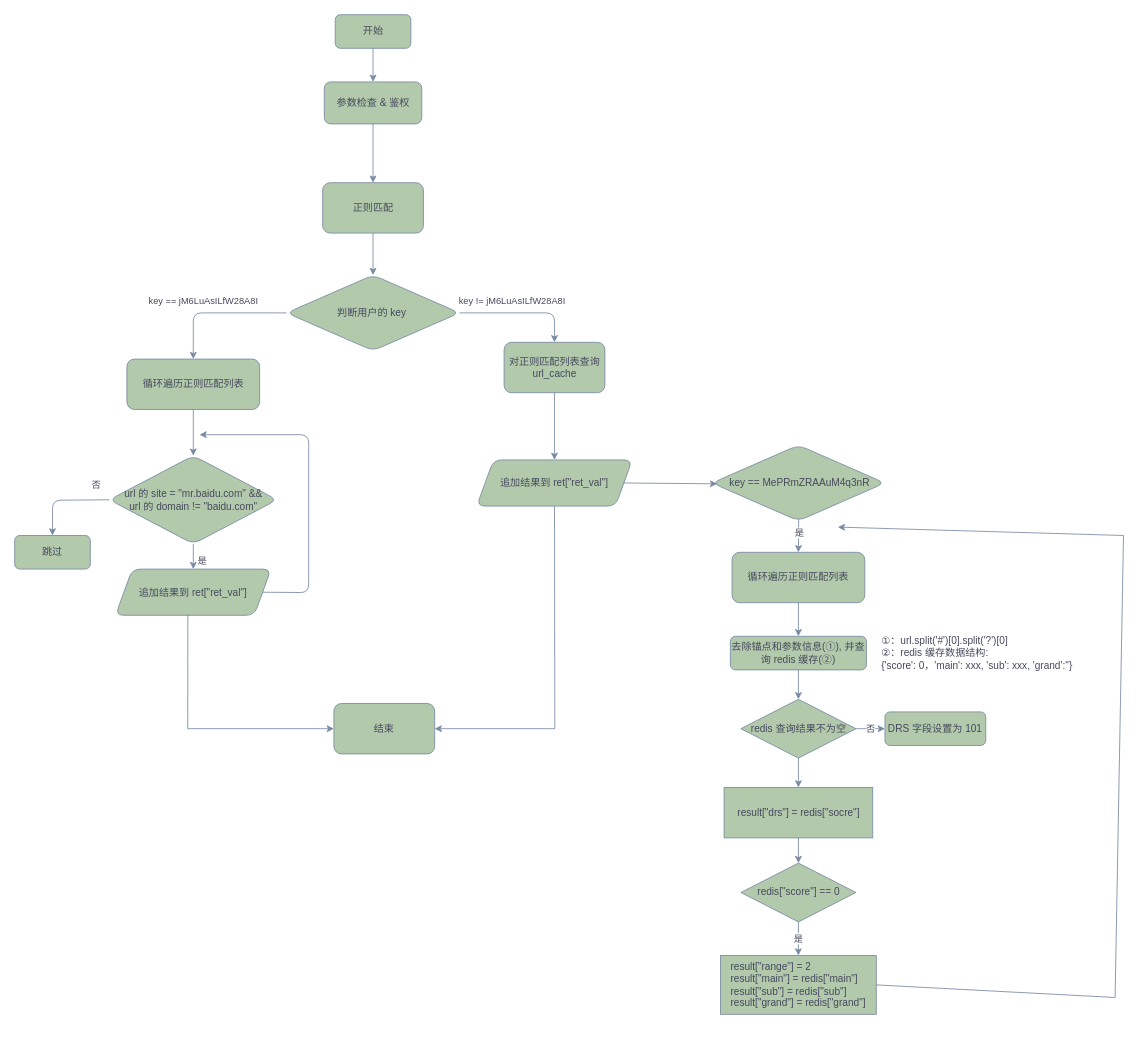
The draw.io diagram ugc.drawio in qixiaohu/flow-process-diagram, before the edit. Source tidied: cells renumbered, new cells numbered last; positions are measured from the earlier drawing's top-left corner, leaving out a move shared by most shapes. Both pictures are drawn from the tidied source at 84%, with x=0, y=0 at pixel (14, 14).
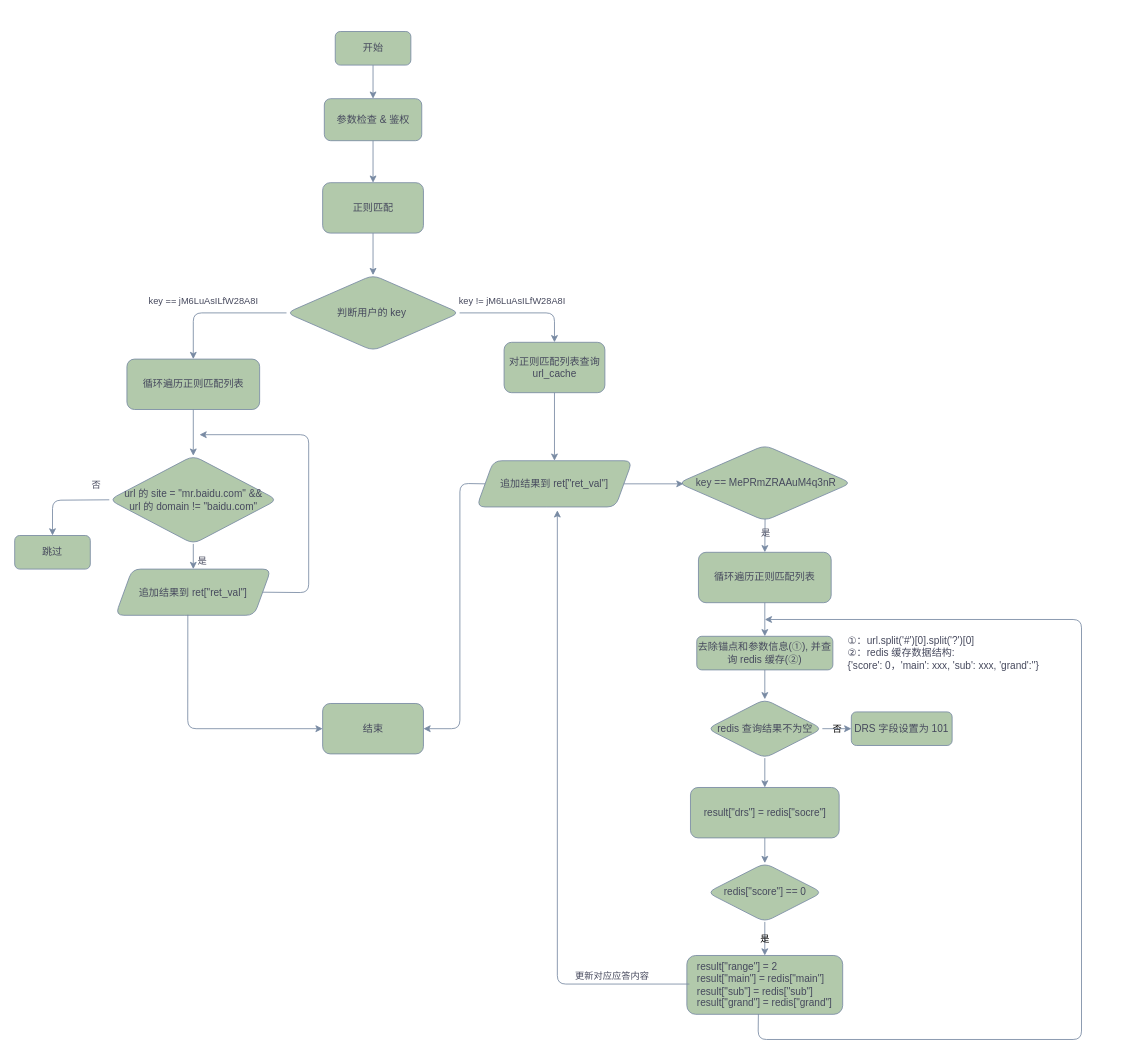
The same page after the edit.

The change refers to these unchanged cells:
```xml
<mxCell id="14" value="url 的 site = &quot;mr.baidu.com&lt;span style=&quot;background-color: initial;&quot;&gt;&quot; &amp;amp;&amp;amp;&lt;br&gt;&lt;/span&gt;url 的 domain != &quot;baidu.com&lt;span style=&quot;background-color: initial;&quot;&gt;&quot;&lt;/span&gt;" style="rhombus;whiteSpace=wrap;html=1;labelBackgroundColor=none;rounded=1;fillColor=#B2C9AB;strokeColor=#788AA3;fontColor=#46495D;" parent="1" vertex="1">
  <mxGeometry x="112.6" y="525" width="200" height="105" as="geometry" />
</mxCell>
<mxCell id="15" value="追加结果到 ret[&quot;ret_val&quot;]" style="shape=parallelogram;perimeter=parallelogramPerimeter;whiteSpace=wrap;html=1;fixedSize=1;labelBackgroundColor=none;rounded=1;fillColor=#B2C9AB;strokeColor=#788AA3;fontColor=#46495D;" parent="1" vertex="1">
  <mxGeometry x="120" y="660" width="185.2" height="55" as="geometry" />
</mxCell>
```

What changed in the source:
```diff
@@
     <mxCell id="2" value="开始" style="rounded=1;whiteSpace=wrap;html=1;labelBackgroundColor=none;fillColor=#B2C9AB;strokeColor=#788AA3;fontColor=#46495D;" parent="1" vertex="1">
-      <mxGeometry x="381.6" width="90" height="40" as="geometry" />
+      <mxGeometry x="381.6" y="20" width="90" height="40" as="geometry" />
     </mxCell>
     <mxCell id="3" value="参数检查 &amp;amp; 鉴权" style="rounded=1;whiteSpace=wrap;html=1;labelBackgroundColor=none;fillColor=#B2C9AB;strokeColor=#788AA3;fontColor=#46495D;" parent="1" vertex="1">
-      <mxGeometry x="368.6" y="80" width="116" height="50" as="geometry" />
+      <mxGeometry x="368.6" y="100" width="116" height="50" as="geometry" />
     </mxCell>
@@
     <mxCell id="21" value="追加结果到 ret[&quot;ret_val&quot;]" style="shape=parallelogram;perimeter=parallelogramPerimeter;whiteSpace=wrap;html=1;fixedSize=1;labelBackgroundColor=none;rounded=1;fillColor=#B2C9AB;strokeColor=#788AA3;fontColor=#46495D;" parent="1" vertex="1">
-      <mxGeometry x="550" y="530" width="185.2" height="55" as="geometry" />
+      <mxGeometry x="550" y="531" width="185.2" height="55" as="geometry" />
     </mxCell>
@@
     <mxCell id="23" value="&amp;nbsp;key == MePRmZRAAuM4q3nR" style="rhombus;whiteSpace=wrap;html=1;labelBackgroundColor=none;rounded=1;fillColor=#B2C9AB;strokeColor=#788AA3;fontColor=#46495D;" parent="1" vertex="1">
-      <mxGeometry x="830" y="512.5" width="206" height="90" as="geometry" />
+      <mxGeometry x="790" y="512.5" width="206" height="90" as="geometry" />
     </mxCell>
@@
     <mxCell id="25" value="结束" style="rounded=1;whiteSpace=wrap;html=1;labelBackgroundColor=none;fillColor=#B2C9AB;strokeColor=#788AA3;fontColor=#46495D;" parent="1" vertex="1">
-      <mxGeometry x="380" y="820" width="120" height="60" as="geometry" />
+      <mxGeometry x="366.6" y="820" width="120" height="60" as="geometry" />
     </mxCell>
@@
-    <mxCell id="27" style="endArrow=classic;html=1;rounded=0;strokeColor=#788AA3;fontColor=#46495D;fillColor=#B2C9AB;exitX=0.5;exitY=1;exitDx=0;exitDy=0;entryX=1;entryY=0.5;entryDx=0;entryDy=0;" parent="1" edge="1" source="21" target="25">
+    <mxCell id="27" style="endArrow=classic;html=1;rounded=1;strokeColor=#788AA3;fontColor=default;fillColor=#B2C9AB;exitX=0;exitY=0.5;exitDx=0;exitDy=0;entryX=1;entryY=0.5;entryDx=0;entryDy=0;labelBackgroundColor=none;" parent="1" edge="1">
       <mxGeometry relative="1" as="geometry">
+        <mxPoint x="560" y="558.5" as="sourcePoint" />
+        <mxPoint x="486.6" y="850" as="targetPoint" />
         <Array as="points">
-          <mxPoint x="643" y="850" />
+          <mxPoint x="530" y="558" />
+          <mxPoint x="530" y="850" />
         </Array>
       </mxGeometry>
     </mxCell>
     <mxCell id="28" value="去除锚点和参数信息(①), 并查询 redis 缓存(②)" style="rounded=1;whiteSpace=wrap;html=1;labelBackgroundColor=none;fillColor=#B2C9AB;strokeColor=#788AA3;fontColor=#46495D;" parent="1" vertex="1">
-      <mxGeometry x="852" y="740" width="162" height="40" as="geometry" />
+      <mxGeometry x="812" y="740" width="162" height="40" as="geometry" />
     </mxCell>
-    <mxCell id="29" style="endArrow=classic;html=1;rounded=0;strokeColor=#788AA3;fontColor=#46495D;fillColor=#B2C9AB;exitX=0.5;exitY=1;exitDx=0;exitDy=0;entryX=0.5;entryY=0;entryDx=0;entryDy=0;" parent="1" edge="1" target="36">
+    <mxCell id="29" style="endArrow=classic;html=1;rounded=1;strokeColor=#788AA3;fontColor=default;fillColor=#B2C9AB;exitX=0.5;exitY=1;exitDx=0;exitDy=0;entryX=0.5;entryY=0;entryDx=0;entryDy=0;labelBackgroundColor=none;" parent="1" edge="1" target="36">
       <mxGeometry relative="1" as="geometry">
-        <mxPoint x="933.3" y="600.2" as="sourcePoint" />
+        <mxPoint x="893.3" y="600.2" as="sourcePoint" />
       </mxGeometry>
     </mxCell>
-    <mxCell id="30" value="是" style="edgeLabel;html=1;align=center;verticalAlign=middle;strokeColor=#788AA3;fontColor=#46495D;fillColor=#B2C9AB;" parent="29" vertex="1">
+    <mxCell id="30" value="是" style="edgeLabel;html=1;align=center;verticalAlign=middle;strokeColor=#788AA3;fontColor=#46495D;fillColor=#B2C9AB;labelBackgroundColor=none;rounded=1;" parent="29" vertex="1">
       <mxGeometry x="-0.21" relative="1" as="geometry" />
     </mxCell>
-    <mxCell id="31" value="①：url.split('#')[0].split('?')[0]&lt;br&gt;②：redis 缓存数据结构:&lt;br&gt;&lt;div style=&quot;padding-left: 0px;&quot; class=&quot;mp-paragraph-wrapper&quot;&gt;{'score': 0，'main': xxx, 'sub': xxx, 'grand':''}&lt;/div&gt;" style="text;html=1;align=left;verticalAlign=middle;whiteSpace=wrap;rounded=0;fontColor=#46495D;" parent="1" vertex="1">
-      <mxGeometry x="1030" y="737.5" width="240" height="45" as="geometry" />
+    <mxCell id="31" value="①：url.split('#')[0].split('?')[0]&lt;br&gt;②：redis 缓存数据结构:&lt;br&gt;&lt;div style=&quot;padding-left: 0px;&quot; class=&quot;mp-paragraph-wrapper&quot;&gt;{'score': 0，'main': xxx, 'sub': xxx, 'grand':''}&lt;/div&gt;" style="text;html=1;align=left;verticalAlign=middle;whiteSpace=wrap;rounded=1;fontColor=#46495D;labelBackgroundColor=none;" parent="1" vertex="1">
+      <mxGeometry x="990" y="737.5" width="240" height="45" as="geometry" />
     </mxCell>
-    <mxCell id="32" value="redis 查询结果不为空" style="rhombus;whiteSpace=wrap;html=1;strokeColor=#788AA3;fontColor=#46495D;fillColor=#B2C9AB;" parent="1" vertex="1">
-      <mxGeometry x="864.5" y="815" width="137" height="70" as="geometry" />
+    <mxCell id="32" value="redis 查询结果不为空" style="rhombus;whiteSpace=wrap;html=1;strokeColor=#788AA3;fontColor=#46495D;fillColor=#B2C9AB;labelBackgroundColor=none;rounded=1;" parent="1" vertex="1">
+      <mxGeometry x="824.5" y="815" width="137" height="70" as="geometry" />
     </mxCell>
-    <mxCell id="33" value="循环遍历正则匹配列表" style="rounded=1;whiteSpace=wrap;html=1;strokeColor=#788AA3;fontColor=#46495D;fillColor=#B2C9AB;" parent="1" vertex="1">
+    <mxCell id="33" value="循环遍历正则匹配列表" style="rounded=1;whiteSpace=wrap;html=1;strokeColor=#788AA3;fontColor=#46495D;fillColor=#B2C9AB;labelBackgroundColor=none;" parent="1" vertex="1">
       <mxGeometry x="133.6" y="410" width="158" height="60" as="geometry" />
     </mxCell>
-    <mxCell id="34" style="endArrow=classic;html=1;rounded=0;strokeColor=#788AA3;fontColor=#46495D;fillColor=#B2C9AB;exitX=0.5;exitY=1;exitDx=0;exitDy=0;entryX=0.5;entryY=0;entryDx=0;entryDy=0;" parent="1" edge="1" source="33" target="14">
+    <mxCell id="34" style="endArrow=classic;html=1;rounded=1;strokeColor=#788AA3;fontColor=default;fillColor=#B2C9AB;exitX=0.5;exitY=1;exitDx=0;exitDy=0;entryX=0.5;entryY=0;entryDx=0;entryDy=0;labelBackgroundColor=none;" parent="1" edge="1" source="33" target="14">
       <mxGeometry relative="1" as="geometry" />
     </mxCell>
-    <mxCell id="35" style="endArrow=classic;html=1;rounded=0;strokeColor=#788AA3;fontColor=#46495D;fillColor=#B2C9AB;exitX=0.465;exitY=0.988;exitDx=0;exitDy=0;exitPerimeter=0;entryX=0;entryY=0.5;entryDx=0;entryDy=0;" parent="1" edge="1" source="15" target="25">
+    <mxCell id="35" style="endArrow=classic;html=1;rounded=1;strokeColor=#788AA3;fontColor=default;fillColor=#B2C9AB;exitX=0.465;exitY=0.988;exitDx=0;exitDy=0;exitPerimeter=0;entryX=0;entryY=0.5;entryDx=0;entryDy=0;labelBackgroundColor=none;" parent="1" edge="1" source="15" target="25">
       <mxGeometry relative="1" as="geometry">
         <Array as="points">
           <mxPoint x="206" y="850" />
         </Array>
       </mxGeometry>
     </mxCell>
-    <mxCell id="36" value="循环遍历正则匹配列表" style="rounded=1;whiteSpace=wrap;html=1;strokeColor=#788AA3;fontColor=#46495D;fillColor=#B2C9AB;" parent="1" vertex="1">
-      <mxGeometry x="854" y="640" width="158" height="60" as="geometry" />
+    <mxCell id="36" value="循环遍历正则匹配列表" style="rounded=1;whiteSpace=wrap;html=1;strokeColor=#788AA3;fontColor=#46495D;fillColor=#B2C9AB;labelBackgroundColor=none;" parent="1" vertex="1">
+      <mxGeometry x="814" y="640" width="158" height="60" as="geometry" />
     </mxCell>
-    <mxCell id="37" style="endArrow=classic;html=1;rounded=0;strokeColor=#788AA3;fontColor=#46495D;fillColor=#B2C9AB;exitX=0.5;exitY=1;exitDx=0;exitDy=0;entryX=0.5;entryY=0;entryDx=0;entryDy=0;" parent="1" edge="1" source="36" target="28">
+    <mxCell id="37" style="endArrow=classic;html=1;rounded=1;strokeColor=#788AA3;fontColor=default;fillColor=#B2C9AB;exitX=0.5;exitY=1;exitDx=0;exitDy=0;entryX=0.5;entryY=0;entryDx=0;entryDy=0;labelBackgroundColor=none;" parent="1" edge="1" source="36" target="28">
       <mxGeometry relative="1" as="geometry" />
     </mxCell>
     <mxCell id="38" value="DRS 字段设置为 101" style="rounded=1;whiteSpace=wrap;html=1;labelBackgroundColor=none;fillColor=#B2C9AB;strokeColor=#788AA3;fontColor=#46495D;" parent="1" vertex="1">
-      <mxGeometry x="1036" y="830" width="120" height="40" as="geometry" />
+      <mxGeometry x="996" y="830" width="120" height="40" as="geometry" />
     </mxCell>
-    <mxCell id="39" value="否" style="endArrow=classic;html=1;rounded=0;strokeColor=#788AA3;fontColor=#46495D;fillColor=#B2C9AB;exitX=1;exitY=0.5;exitDx=0;exitDy=0;entryX=0;entryY=0.5;entryDx=0;entryDy=0;" parent="1" edge="1" source="32" target="38">
+    <mxCell id="39" value="否" style="endArrow=classic;html=1;rounded=1;strokeColor=#788AA3;fontColor=default;fillColor=#B2C9AB;exitX=1;exitY=0.5;exitDx=0;exitDy=0;entryX=0;entryY=0.5;entryDx=0;entryDy=0;labelBackgroundColor=none;" parent="1" edge="1" source="32" target="38">
       <mxGeometry relative="1" as="geometry" />
     </mxCell>
-    <mxCell id="40" style="endArrow=classic;html=1;rounded=0;strokeColor=#788AA3;fontColor=#46495D;fillColor=#B2C9AB;exitX=0.5;exitY=1;exitDx=0;exitDy=0;entryX=0.5;entryY=0;entryDx=0;entryDy=0;" parent="1" edge="1" source="28" target="32">
+    <mxCell id="40" style="endArrow=classic;html=1;rounded=1;strokeColor=#788AA3;fontColor=default;fillColor=#B2C9AB;exitX=0.5;exitY=1;exitDx=0;exitDy=0;entryX=0.5;entryY=0;entryDx=0;entryDy=0;labelBackgroundColor=none;" parent="1" edge="1" source="28" target="32">
       <mxGeometry relative="1" as="geometry" />
     </mxCell>
-    <mxCell id="41" style="endArrow=classic;html=1;rounded=0;strokeColor=#788AA3;fontColor=#46495D;fillColor=#B2C9AB;exitX=0.5;exitY=1;exitDx=0;exitDy=0;entryX=0.5;entryY=0;entryDx=0;entryDy=0;" parent="1" edge="1" source="32" target="42">
+    <mxCell id="41" style="endArrow=classic;html=1;rounded=1;strokeColor=#788AA3;fontColor=default;fillColor=#B2C9AB;exitX=0.5;exitY=1;exitDx=0;exitDy=0;entryX=0.5;entryY=0;entryDx=0;entryDy=0;labelBackgroundColor=none;" parent="1" edge="1" source="32" target="42">
       <mxGeometry relative="1" as="geometry" />
     </mxCell>
-    <mxCell id="42" value="result[&quot;drs&quot;] = redis[&quot;socre&quot;]" style="rounded=0;whiteSpace=wrap;html=1;strokeColor=#788AA3;fontColor=#46495D;fillColor=#B2C9AB;" parent="1" vertex="1">
-      <mxGeometry x="844.5" y="920" width="177" height="60" as="geometry" />
+    <mxCell id="42" value="result[&quot;drs&quot;] = redis[&quot;socre&quot;]" style="rounded=1;whiteSpace=wrap;html=1;strokeColor=#788AA3;fontColor=#46495D;fillColor=#B2C9AB;labelBackgroundColor=none;" parent="1" vertex="1">
+      <mxGeometry x="804.5" y="920" width="177" height="60" as="geometry" />
     </mxCell>
-    <mxCell id="43" value="redis[&quot;score&quot;] == 0" style="rhombus;whiteSpace=wrap;html=1;strokeColor=#788AA3;fontColor=#46495D;fillColor=#B2C9AB;" parent="1" vertex="1">
-      <mxGeometry x="864.5" y="1010" width="137" height="70" as="geometry" />
+    <mxCell id="43" value="redis[&quot;score&quot;] == 0" style="rhombus;whiteSpace=wrap;html=1;strokeColor=#788AA3;fontColor=#46495D;fillColor=#B2C9AB;labelBackgroundColor=none;rounded=1;" parent="1" vertex="1">
+      <mxGeometry x="824.5" y="1010" width="137" height="70" as="geometry" />
     </mxCell>
-    <mxCell id="44" style="endArrow=classic;html=1;rounded=0;strokeColor=#788AA3;fontColor=#46495D;fillColor=#B2C9AB;exitX=0.5;exitY=1;exitDx=0;exitDy=0;" parent="1" edge="1" source="42" target="43">
+    <mxCell id="44" style="endArrow=classic;html=1;rounded=1;strokeColor=#788AA3;fontColor=default;fillColor=#B2C9AB;exitX=0.5;exitY=1;exitDx=0;exitDy=0;labelBackgroundColor=none;" parent="1" edge="1" source="42" target="43">
       <mxGeometry relative="1" as="geometry" />
     </mxCell>
-    <mxCell id="45" value="&lt;div style=&quot;text-align: left;&quot;&gt;&lt;span style=&quot;background-color: initial;&quot;&gt;result[&quot;range&quot;] = 2&lt;/span&gt;&lt;/div&gt;&lt;div style=&quot;text-align: left;&quot;&gt;&lt;span style=&quot;background-color: initial;&quot;&gt;result[&quot;main&quot;] = redis[&quot;main&quot;]&lt;/span&gt;&lt;/div&gt;&lt;div style=&quot;text-align: left;&quot;&gt;&lt;span style=&quot;background-color: initial;&quot;&gt;result[&quot;sub&quot;] = redis[&quot;sub&quot;]&lt;/span&gt;&lt;/div&gt;result[&quot;grand&quot;] = redis[&quot;grand&quot;]" style="rounded=0;whiteSpace=wrap;html=1;strokeColor=#788AA3;fontColor=#46495D;fillColor=#B2C9AB;" parent="1" vertex="1">
-      <mxGeometry x="840.2" y="1120" width="185.5" height="70" as="geometry" />
+    <mxCell id="45" value="&lt;div style=&quot;text-align: left;&quot;&gt;&lt;span style=&quot;background-color: initial;&quot;&gt;result[&quot;range&quot;] = 2&lt;/span&gt;&lt;/div&gt;&lt;div style=&quot;text-align: left;&quot;&gt;&lt;span style=&quot;background-color: initial;&quot;&gt;result[&quot;main&quot;] = redis[&quot;main&quot;]&lt;/span&gt;&lt;/div&gt;&lt;div style=&quot;text-align: left;&quot;&gt;&lt;span style=&quot;background-color: initial;&quot;&gt;result[&quot;sub&quot;] = redis[&quot;sub&quot;]&lt;/span&gt;&lt;/div&gt;result[&quot;grand&quot;] = redis[&quot;grand&quot;]" style="rounded=1;whiteSpace=wrap;html=1;strokeColor=#788AA3;fontColor=#46495D;fillColor=#B2C9AB;labelBackgroundColor=none;" parent="1" vertex="1">
+      <mxGeometry x="800.2" y="1120" width="185.5" height="70" as="geometry" />
     </mxCell>
-    <mxCell id="46" value="是" style="endArrow=classic;html=1;rounded=0;strokeColor=#788AA3;fontColor=#46495D;fillColor=#B2C9AB;exitX=0.5;exitY=1;exitDx=0;exitDy=0;entryX=0.5;entryY=0;entryDx=0;entryDy=0;" parent="1" edge="1" source="43" target="45">
+    <mxCell id="46" value="是" style="endArrow=classic;html=1;rounded=1;strokeColor=#788AA3;fontColor=default;fillColor=#B2C9AB;exitX=0.5;exitY=1;exitDx=0;exitDy=0;entryX=0.5;entryY=0;entryDx=0;entryDy=0;labelBackgroundColor=none;" parent="1" edge="1" source="43" target="45">
       <mxGeometry relative="1" as="geometry" />
     </mxCell>
-    <mxCell id="47" style="endArrow=classic;html=1;rounded=0;strokeColor=#788AA3;fontColor=#46495D;fillColor=#B2C9AB;exitX=1;exitY=0.5;exitDx=0;exitDy=0;" parent="1" edge="1" source="45">
+    <mxCell id="47" style="endArrow=classic;html=1;rounded=1;strokeColor=#788AA3;fontColor=default;fillColor=#B2C9AB;exitX=0.459;exitY=0.996;exitDx=0;exitDy=0;exitPerimeter=0;labelBackgroundColor=none;" parent="1" edge="1" source="45">
       <mxGeometry relative="1" as="geometry">
-        <mxPoint x="980" y="610" as="targetPoint" />
+        <mxPoint x="893" y="720" as="targetPoint" />
         <Array as="points">
-          <mxPoint x="1310" y="1170" />
-          <mxPoint x="1320" y="620" />
+          <mxPoint x="885" y="1220" />
+          <mxPoint x="1270" y="1220" />
+          <mxPoint x="1270" y="720" />
         </Array>
       </mxGeometry>
     </mxCell>
+    <mxCell id="48" style="endArrow=classic;html=1;rounded=1;strokeColor=#788AA3;fontColor=default;fillColor=#B2C9AB;exitX=0;exitY=0.5;exitDx=0;exitDy=0;labelBackgroundColor=none;" parent="1" edge="1">
+      <mxGeometry relative="1" as="geometry">
+        <mxPoint x="803.2" y="1154" as="sourcePoint" />
+        <mxPoint x="646" y="590" as="targetPoint" />
+        <Array as="points">
+          <mxPoint x="646" y="1154" />
+        </Array>
+      </mxGeometry>
+    </mxCell>
+    <mxCell id="49" value="更新对应应答内容" style="edgeLabel;html=1;align=center;verticalAlign=middle;strokeColor=#788AA3;fontColor=#46495D;fillColor=#B2C9AB;labelBackgroundColor=none;rounded=1;" parent="48" vertex="1">
+      <mxGeometry x="0.33" y="3" relative="1" as="geometry">
+        <mxPoint x="67" y="312" as="offset" />
+      </mxGeometry>
+    </mxCell>
```
